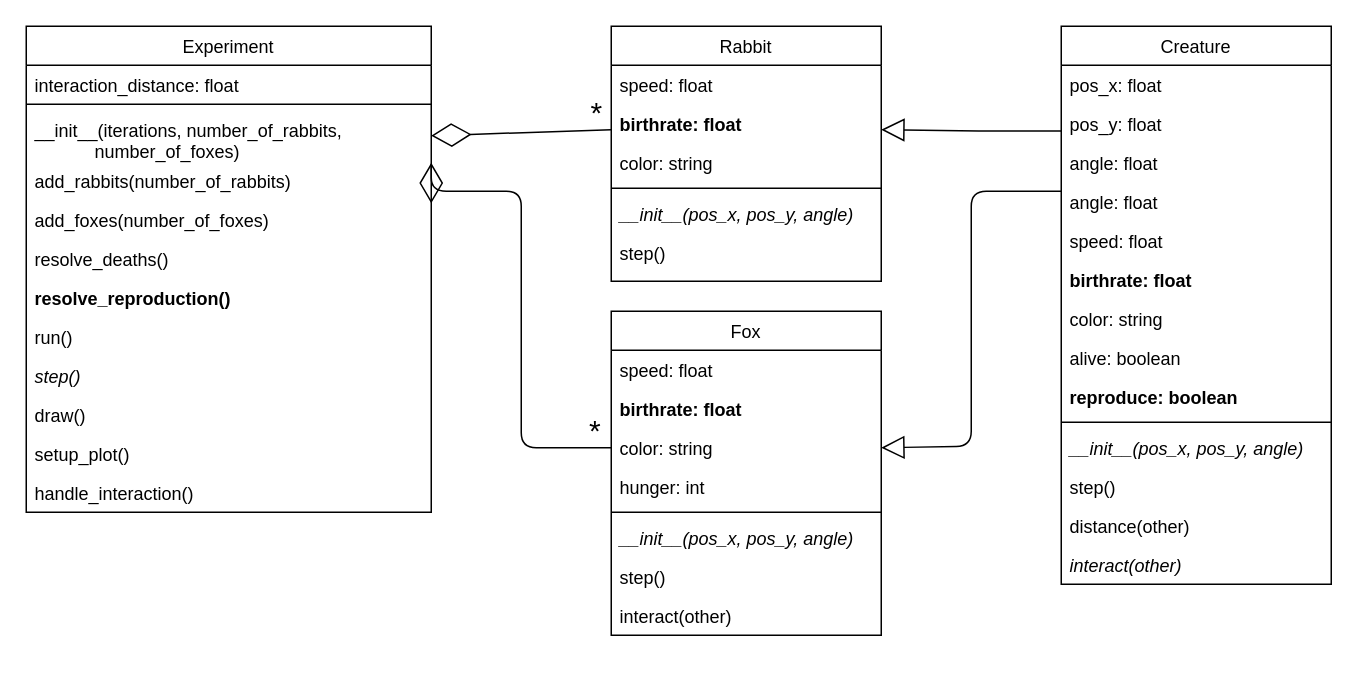
Before: umls/phase8.drawio in spcourse/populations-oo, a draw.io diagram. Source tidied: cells renumbered, new cells numbered last; positions are measured from the earlier drawing's top-left corner, leaving out a move shared by most shapes. Both pictures are drawn from the tidied source at 150%, with x=0, y=0 at pixel (26, 26).
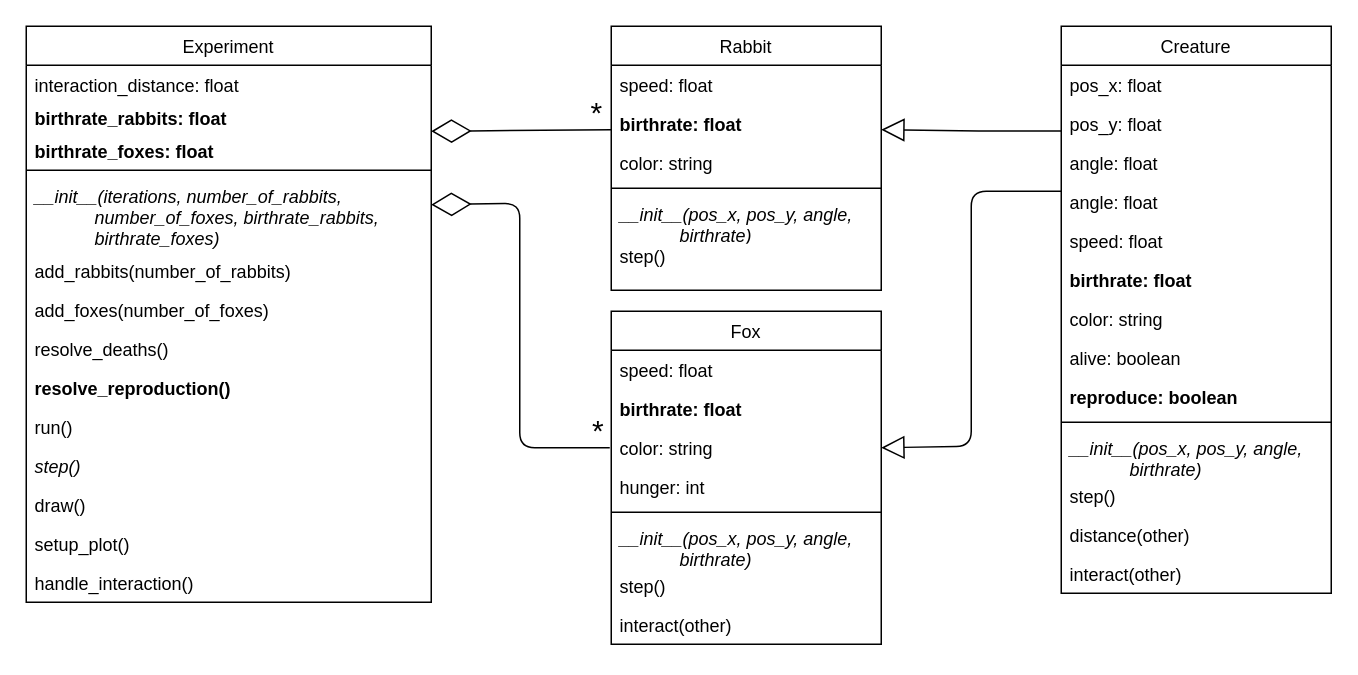
Above is the later version.

Unchanged cells that the change refers to:
```xml
<mxCell id="18" value="color: string" style="text;align=left;verticalAlign=top;spacingLeft=4;spacingRight=4;overflow=hidden;points=[[0,0.5],[1,0.5]];portConstraint=eastwest;rounded=0;shadow=0;html=0;" parent="15" vertex="1">
  <mxGeometry y="78" width="180" height="26" as="geometry" />
</mxCell>
```

What changed in the source:
```diff
@@
     <mxCell id="2" value="Experiment" style="swimlane;fontStyle=0;align=center;verticalAlign=top;horizontal=1;startSize=26;rounded=0;shadow=0;strokeWidth=1;" parent="1" vertex="1">
-      <mxGeometry width="270" height="324" as="geometry" />
+      <mxGeometry width="270" height="384" as="geometry" />
     </mxCell>
-    <mxCell id="3" value="interaction_distance: float" style="text;align=left;verticalAlign=top;spacingLeft=4;spacingRight=4;overflow=hidden;" parent="2" vertex="1">
+    <mxCell id="3" value="interaction_distance: float&#10;" style="text;align=left;verticalAlign=top;spacingLeft=4;spacingRight=4;overflow=hidden;" parent="2" vertex="1">
       <mxGeometry y="26" width="270" height="22" as="geometry" />
     </mxCell>
+    <mxCell id="52" value="birthrate_rabbits: float" style="text;align=left;verticalAlign=top;spacingLeft=4;spacingRight=4;overflow=hidden;fontStyle=1;" parent="2" vertex="1">
+      <mxGeometry y="48" width="270" height="22" as="geometry" />
+    </mxCell>
+    <mxCell id="53" value="birthrate_foxes: float" style="text;align=left;verticalAlign=top;spacingLeft=4;spacingRight=4;overflow=hidden;fontStyle=1;" parent="2" vertex="1">
+      <mxGeometry y="70" width="270" height="22" as="geometry" />
+    </mxCell>
     <mxCell id="4" style="line;html=1;strokeWidth=1;align=left;verticalAlign=middle;spacingTop=-1;spacingLeft=3;spacingRight=3;labelPosition=right;" parent="2" vertex="1">
-      <mxGeometry y="48" width="270" height="8" as="geometry" />
+      <mxGeometry y="92" width="270" height="8" as="geometry" />
     </mxCell>
-    <mxCell id="5" value="__init__(iterations, number_of_rabbits, &#10;            number_of_foxes)" style="text;align=left;verticalAlign=top;spacingLeft=4;spacingRight=4;overflow=hidden;points=[[0,0.5],[1,0.5]];portConstraint=eastwest;fontStyle=0;" parent="2" vertex="1">
-      <mxGeometry y="56" width="270" height="34" as="geometry" />
+    <mxCell id="5" value="__init__(iterations, number_of_rabbits, &#10;            number_of_foxes, birthrate_rabbits,&#10;            birthrate_foxes)&#10;" style="text;align=left;verticalAlign=top;spacingLeft=4;spacingRight=4;overflow=hidden;points=[[0,0.5],[1,0.5]];portConstraint=eastwest;fontStyle=2;" parent="2" vertex="1">
+      <mxGeometry y="100" width="270" height="50" as="geometry" />
     </mxCell>
     <mxCell id="6" value="add_rabbits(number_of_rabbits)" style="text;align=left;verticalAlign=top;spacingLeft=4;spacingRight=4;overflow=hidden;" parent="2" vertex="1">
-      <mxGeometry y="90" width="270" height="26" as="geometry" />
+      <mxGeometry y="150" width="270" height="26" as="geometry" />
     </mxCell>
     <mxCell id="7" value="add_foxes(number_of_foxes)" style="text;align=left;verticalAlign=top;spacingLeft=4;spacingRight=4;overflow=hidden;points=[[0,0.5],[1,0.5]];portConstraint=eastwest;" parent="2" vertex="1">
-      <mxGeometry y="116" width="270" height="26" as="geometry" />
+      <mxGeometry y="176" width="270" height="26" as="geometry" />
     </mxCell>
     <mxCell id="8" value="resolve_deaths()" style="text;align=left;verticalAlign=top;spacingLeft=4;spacingRight=4;overflow=hidden;" parent="2" vertex="1">
-      <mxGeometry y="142" width="270" height="26" as="geometry" />
+      <mxGeometry y="202" width="270" height="26" as="geometry" />
     </mxCell>
     <mxCell id="9" value="resolve_reproduction()" style="text;align=left;verticalAlign=top;spacingLeft=4;spacingRight=4;overflow=hidden;fontStyle=1;" parent="2" vertex="1">
-      <mxGeometry y="168" width="270" height="26" as="geometry" />
+      <mxGeometry y="228" width="270" height="26" as="geometry" />
     </mxCell>
     <mxCell id="10" value="run()" style="text;align=left;verticalAlign=top;spacingLeft=4;spacingRight=4;overflow=hidden;" parent="2" vertex="1">
-      <mxGeometry y="194" width="270" height="26" as="geometry" />
+      <mxGeometry y="254" width="270" height="26" as="geometry" />
     </mxCell>
     <mxCell id="11" value="step()" style="text;align=left;verticalAlign=top;spacingLeft=4;spacingRight=4;overflow=hidden;fontStyle=2;" parent="2" vertex="1">
-      <mxGeometry y="220" width="270" height="26" as="geometry" />
+      <mxGeometry y="280" width="270" height="26" as="geometry" />
     </mxCell>
     <mxCell id="12" value="draw()" style="text;align=left;verticalAlign=top;spacingLeft=4;spacingRight=4;overflow=hidden;" parent="2" vertex="1">
-      <mxGeometry y="246" width="270" height="26" as="geometry" />
+      <mxGeometry y="306" width="270" height="26" as="geometry" />
     </mxCell>
     <mxCell id="13" value="setup_plot()" style="text;align=left;verticalAlign=top;spacingLeft=4;spacingRight=4;overflow=hidden;" parent="2" vertex="1">
-      <mxGeometry y="272" width="270" height="26" as="geometry" />
+      <mxGeometry y="332" width="270" height="26" as="geometry" />
     </mxCell>
     <mxCell id="14" value="handle_interaction()" style="text;align=left;verticalAlign=top;spacingLeft=4;spacingRight=4;overflow=hidden;" parent="2" vertex="1">
-      <mxGeometry y="298" width="270" height="26" as="geometry" />
+      <mxGeometry y="358" width="270" height="26" as="geometry" />
     </mxCell>
     <mxCell id="15" value="Fox" style="swimlane;fontStyle=0;align=center;verticalAlign=top;horizontal=1;startSize=26;rounded=0;shadow=0;strokeWidth=1;" parent="1" vertex="1">
-      <mxGeometry x="390" y="190" width="180" height="216" as="geometry" />
+      <mxGeometry x="390" y="190" width="180" height="222" as="geometry" />
     </mxCell>
@@
-    <mxCell id="21" value="__init__(pos_x, pos_y, angle)" style="text;align=left;verticalAlign=top;spacingLeft=4;spacingRight=4;overflow=hidden;fontStyle=2;" parent="15" vertex="1">
-      <mxGeometry y="138" width="180" height="26" as="geometry" />
+    <mxCell id="21" value="__init__(pos_x, pos_y, angle,&#10;            birthrate)&#10;" style="text;align=left;verticalAlign=top;spacingLeft=4;spacingRight=4;overflow=hidden;fontStyle=2;" parent="15" vertex="1">
+      <mxGeometry y="138" width="180" height="32" as="geometry" />
     </mxCell>
     <mxCell id="22" value="step()" style="text;align=left;verticalAlign=top;spacingLeft=4;spacingRight=4;overflow=hidden;" parent="15" vertex="1">
-      <mxGeometry y="164" width="180" height="26" as="geometry" />
+      <mxGeometry y="170" width="180" height="26" as="geometry" />
     </mxCell>
     <mxCell id="23" value="interact(other)" style="text;align=left;verticalAlign=top;spacingLeft=4;spacingRight=4;overflow=hidden;" parent="15" vertex="1">
-      <mxGeometry y="190" width="180" height="26" as="geometry" />
+      <mxGeometry y="196" width="180" height="26" as="geometry" />
     </mxCell>
-    <mxCell id="24" style="endArrow=diamondThin;endFill=0;endSize=24;html=1;exitX=0;exitY=0.5;exitDx=0;exitDy=0;entryX=1;entryY=0.077;entryDx=0;entryDy=0;entryPerimeter=0;edgeStyle=orthogonalEdgeStyle;" parent="1" edge="1" source="18" target="7">
+    <mxCell id="24" style="endArrow=diamondThin;endFill=0;endSize=24;html=1;exitX=0;exitY=0.5;exitDx=0;exitDy=0;edgeStyle=orthogonalEdgeStyle;" parent="1" edge="1">
       <mxGeometry relative="1" as="geometry">
+        <mxPoint x="389" y="281" as="sourcePoint" />
+        <mxPoint x="270" y="119" as="targetPoint" />
         <Array as="points">
-          <mxPoint x="330" y="281" />
-          <mxPoint x="330" y="110" />
+          <mxPoint x="329" y="281" />
+          <mxPoint x="329" y="118" />
         </Array>
       </mxGeometry>
     </mxCell>
@@
     <mxCell id="26" value="Rabbit" style="swimlane;fontStyle=0;align=center;verticalAlign=top;horizontal=1;startSize=26;rounded=0;shadow=0;strokeWidth=1;" parent="1" vertex="1">
-      <mxGeometry x="390" width="180" height="170" as="geometry" />
+      <mxGeometry x="390" width="180" height="176" as="geometry" />
     </mxCell>
@@
-    <mxCell id="31" value="__init__(pos_x, pos_y, angle)" style="text;align=left;verticalAlign=top;spacingLeft=4;spacingRight=4;overflow=hidden;fontStyle=2;" parent="26" vertex="1">
-      <mxGeometry y="112" width="180" height="26" as="geometry" />
+    <mxCell id="31" value="__init__(pos_x, pos_y, angle,&#10;            birthrate)" style="text;align=left;verticalAlign=top;spacingLeft=4;spacingRight=4;overflow=hidden;fontStyle=2;" parent="26" vertex="1">
+      <mxGeometry y="112" width="180" height="28" as="geometry" />
     </mxCell>
     <mxCell id="32" value="step()" style="text;align=left;verticalAlign=top;spacingLeft=4;spacingRight=4;overflow=hidden;" parent="26" vertex="1">
-      <mxGeometry y="138" width="180" height="26" as="geometry" />
+      <mxGeometry y="140" width="180" height="26" as="geometry" />
     </mxCell>
-    <mxCell id="33" style="endArrow=diamondThin;endFill=0;endSize=24;html=1;entryX=1;entryY=0.5;entryDx=0;entryDy=0;" parent="1" edge="1" target="5">
+    <mxCell id="33" style="endArrow=diamondThin;endFill=0;endSize=24;html=1;" parent="1" edge="1">
       <mxGeometry relative="1" as="geometry">
         <mxPoint x="390" y="69" as="sourcePoint" />
+        <mxPoint x="270" y="70" as="targetPoint" />
       </mxGeometry>
     </mxCell>
@@
     <mxCell id="35" value="Creature" style="swimlane;fontStyle=0;align=center;verticalAlign=top;horizontal=1;startSize=26;rounded=0;shadow=0;strokeWidth=1;" parent="1" vertex="1">
-      <mxGeometry x="690" width="180" height="372" as="geometry" />
+      <mxGeometry x="690" width="180" height="378" as="geometry" />
     </mxCell>
@@
-    <mxCell id="46" value="__init__(pos_x, pos_y, angle)" style="text;align=left;verticalAlign=top;spacingLeft=4;spacingRight=4;overflow=hidden;fontStyle=2;" parent="35" vertex="1">
-      <mxGeometry y="268" width="180" height="26" as="geometry" />
+    <mxCell id="46" value="__init__(pos_x, pos_y, angle,&#10;            birthrate)" style="text;align=left;verticalAlign=top;spacingLeft=4;spacingRight=4;overflow=hidden;fontStyle=2;" parent="35" vertex="1">
+      <mxGeometry y="268" width="180" height="32" as="geometry" />
     </mxCell>
-    <mxCell id="47" value="step()" style="text;align=left;verticalAlign=top;spacingLeft=4;spacingRight=4;overflow=hidden;" parent="35" vertex="1">
-      <mxGeometry y="294" width="180" height="26" as="geometry" />
+    <mxCell id="47" value="step()" style="text;align=left;verticalAlign=top;spacingLeft=4;spacingRight=4;overflow=hidden;fontStyle=0;" parent="35" vertex="1">
+      <mxGeometry y="300" width="180" height="26" as="geometry" />
     </mxCell>
     <mxCell id="48" value="distance(other)" style="text;align=left;verticalAlign=top;spacingLeft=4;spacingRight=4;overflow=hidden;" parent="35" vertex="1">
-      <mxGeometry y="320" width="180" height="26" as="geometry" />
+      <mxGeometry y="326" width="180" height="26" as="geometry" />
     </mxCell>
-    <mxCell id="49" value="interact(other)" style="text;align=left;verticalAlign=top;spacingLeft=4;spacingRight=4;overflow=hidden;fontStyle=2;" parent="35" vertex="1">
-      <mxGeometry y="346" width="180" height="26" as="geometry" />
+    <mxCell id="49" value="interact(other)" style="text;align=left;verticalAlign=top;spacingLeft=4;spacingRight=4;overflow=hidden;fontStyle=0;" parent="35" vertex="1">
+      <mxGeometry y="352" width="180" height="26" as="geometry" />
     </mxCell>
```
